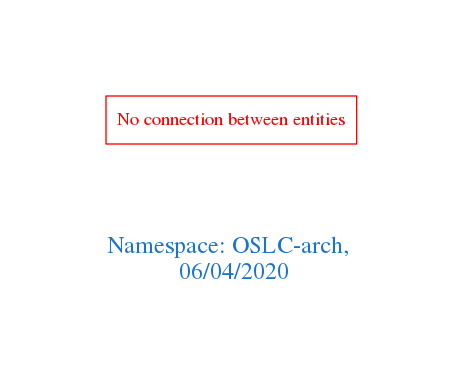
Above: downloads/OSLC-arch.png in arago/OGIT (Graphviz), before the change. Its source is kept beside it as downloads/OSLC-arch.dot.
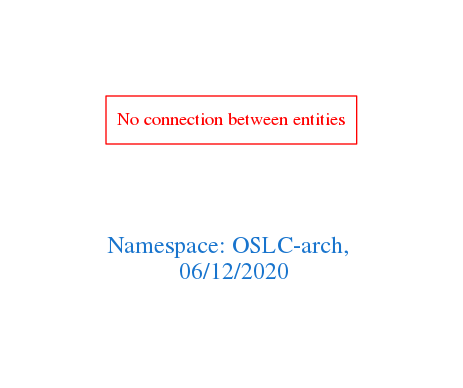
The same file after the commit.

What changed in the source:
```diff
@@ -1,7 +1,7 @@
 digraph OGIT_ontology {
  graph [ rankdir= LR,pad=1
 fontsize = 18,
-fontcolor= dodgerblue3,label = "\n\n\nNamespace: OSLC-arch, \n 06/04/2020"];
+fontcolor= dodgerblue3,label = "\n\n\nNamespace: OSLC-arch, \n 06/12/2020"];
 node[shape=polygon];
 edge [  color="gray81"];
 
```
